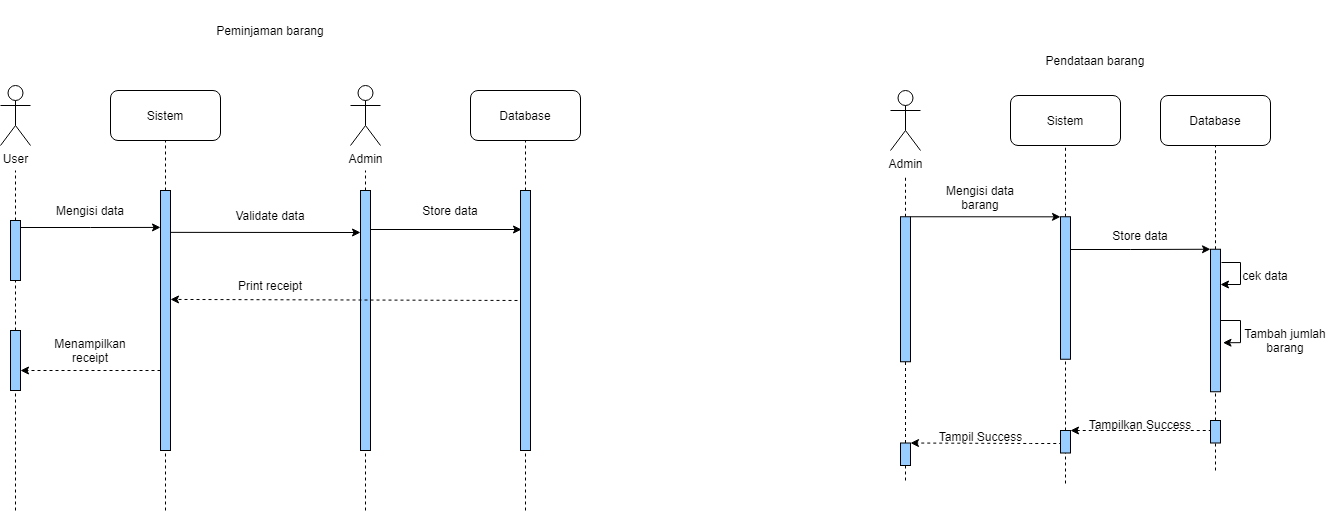
The draw.io diagram diagrams/Sequence Diagram.drawio.png in johannfac/aplikasipeminjamanaset, before a commit. Source tidied: cells renumbered, new cells last; positions are measured from the earlier drawing's top-left corner, leaving out a move shared by most shapes.
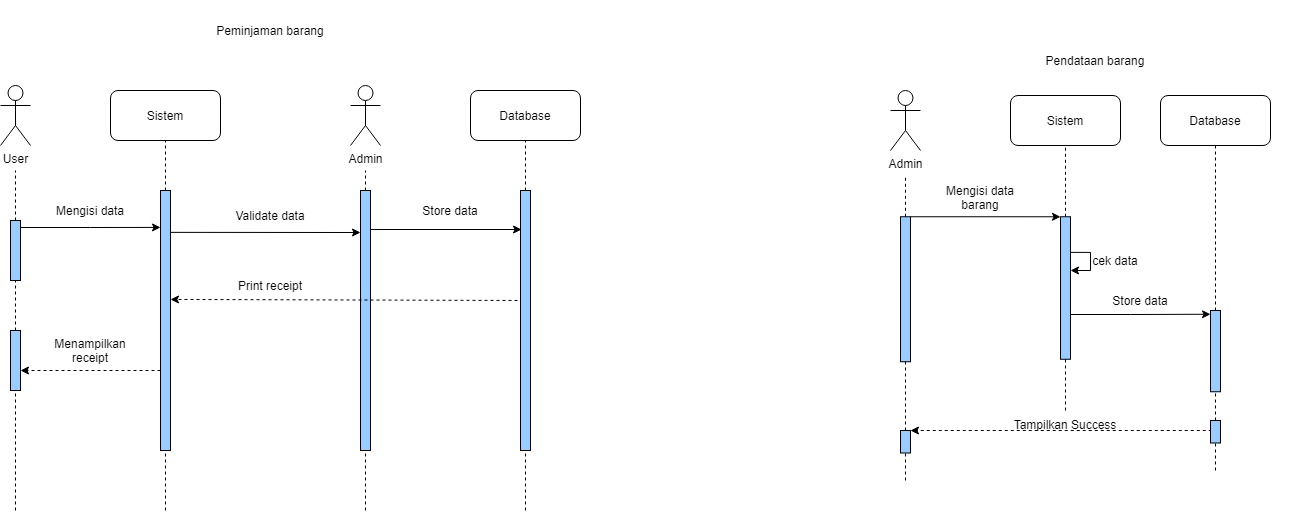
After the change.

The edit, as a diff of the source:
```diff
@@ -152,6 +152,14 @@
     <mxCell id="40" style="endArrow=none;dashed=1;html=1;rounded=0;" parent="1" edge="1" source="61" target="39">
       <mxGeometry relative="1" as="geometry" />
     </mxCell>
+    <mxCell id="66" style="edgeStyle=orthogonalEdgeStyle;rounded=0;orthogonalLoop=1;jettySize=auto;html=1;exitX=1;exitY=0.25;exitDx=0;exitDy=0;entryX=1;entryY=0.377;entryDx=0;entryDy=0;entryPerimeter=0;" parent="1" edge="1" source="41" target="41">
+      <mxGeometry relative="1" as="geometry">
+        <Array as="points">
+          <mxPoint x="1090" y="252" />
+          <mxPoint x="1090" y="270" />
+        </Array>
+      </mxGeometry>
+    </mxCell>
     <mxCell id="41" style="rounded=0;whiteSpace=wrap;html=1;fillColor=#99CCFF;" parent="1" vertex="1">
       <mxGeometry x="1060" y="216.2" width="10" height="142.5" as="geometry" />
     </mxCell>
@@ -161,57 +169,40 @@
     <mxCell id="43" style="edgeStyle=orthogonalEdgeStyle;rounded=0;orthogonalLoop=1;jettySize=auto;html=1;exitX=0.5;exitY=1;exitDx=0;exitDy=0;dashed=1;" parent="1" edge="1" source="42" target="42">
       <mxGeometry relative="1" as="geometry" />
     </mxCell>
-    <mxCell id="44" style="edgeStyle=orthogonalEdgeStyle;rounded=0;jettySize=auto;html=1;entryX=0;entryY=0;entryDx=0;entryDy=0;" parent="1" edge="1" target="48">
+    <mxCell id="44" style="edgeStyle=orthogonalEdgeStyle;rounded=0;orthogonalLoop=1;jettySize=auto;html=1;entryX=0;entryY=0;entryDx=0;entryDy=0;" parent="1" edge="1">
       <mxGeometry relative="1" as="geometry">
-        <mxPoint x="1070" y="249" as="sourcePoint" />
+        <mxPoint x="1070" y="314" as="sourcePoint" />
+        <mxPoint x="1210" y="313.8" as="targetPoint" />
         <Array as="points">
-          <mxPoint x="1130" y="249" />
-          <mxPoint x="1130" y="249" />
+          <mxPoint x="1130" y="314" />
+          <mxPoint x="1130" y="314" />
         </Array>
       </mxGeometry>
     </mxCell>
     <mxCell id="45" value="Store data" style="text;html=1;strokeColor=none;fillColor=none;align=center;verticalAlign=middle;whiteSpace=wrap;rounded=0;" parent="1" vertex="1">
-      <mxGeometry x="1090" y="225" width="100" height="20" as="geometry" />
+      <mxGeometry x="1090" y="290" width="100" height="20" as="geometry" />
     </mxCell>
     <mxCell id="46" style="edgeStyle=orthogonalEdgeStyle;rounded=0;orthogonalLoop=1;jettySize=auto;html=1;exitX=0.5;exitY=1;exitDx=0;exitDy=0;dashed=1;" parent="1" edge="1" source="45" target="45">
       <mxGeometry relative="1" as="geometry" />
     </mxCell>
-    <mxCell id="47" style="edgeStyle=orthogonalEdgeStyle;rounded=0;orthogonalLoop=1;jettySize=auto;html=1;exitX=1.103;exitY=0.093;exitDx=0;exitDy=0;entryX=1;entryY=0.25;entryDx=0;entryDy=0;exitPerimeter=0;" parent="1" edge="1" source="48" target="48">
-      <mxGeometry relative="1" as="geometry">
-        <Array as="points">
-          <mxPoint x="1240" y="262" />
-          <mxPoint x="1240" y="284" />
-          <mxPoint x="1220" y="284" />
-        </Array>
-      </mxGeometry>
-    </mxCell>
     <mxCell id="48" style="rounded=0;whiteSpace=wrap;html=1;fillColor=#99CCFF;" parent="1" vertex="1">
-      <mxGeometry x="1210" y="248.8" width="10" height="142.5" as="geometry" />
+      <mxGeometry x="1210" y="310" width="10" height="81.2" as="geometry" />
     </mxCell>
-    <mxCell id="49" value="cek data" style="text;html=1;strokeColor=none;fillColor=none;align=center;verticalAlign=middle;whiteSpace=wrap;rounded=0;" parent="1" vertex="1">
-      <mxGeometry x="1240" y="270" width="50" height="10" as="geometry" />
-    </mxCell>
-    <mxCell id="50" style="edgeStyle=orthogonalEdgeStyle;rounded=0;orthogonalLoop=1;jettySize=auto;html=1;entryX=1.25;entryY=0.656;entryDx=0;entryDy=0;exitX=1;exitY=0.5;exitDx=0;exitDy=0;entryPerimeter=0;" parent="1" edge="1" source="48" target="48">
-      <mxGeometry relative="1" as="geometry">
-        <Array as="points">
-          <mxPoint x="1240" y="320" />
-          <mxPoint x="1240" y="342" />
-        </Array>
-      </mxGeometry>
-    </mxCell>
-    <mxCell id="51" value="Tambah jumlah barang" style="text;html=1;strokeColor=none;fillColor=none;align=center;verticalAlign=middle;whiteSpace=wrap;rounded=0;" parent="1" vertex="1">
-      <mxGeometry x="1240" y="330" width="90" height="20" as="geometry" />
-    </mxCell>
-    <mxCell id="52" style="edgeStyle=orthogonalEdgeStyle;rounded=0;orthogonalLoop=1;jettySize=auto;html=1;exitX=0.5;exitY=1;exitDx=0;exitDy=0;dashed=1;" parent="1" edge="1" source="51" target="51">
-      <mxGeometry relative="1" as="geometry" />
+    <mxCell id="52" style="edgeStyle=orthogonalEdgeStyle;rounded=0;orthogonalLoop=1;jettySize=auto;html=1;exitX=0.5;exitY=1;exitDx=0;exitDy=0;dashed=1;" parent="1" edge="1">
+      <mxGeometry relative="1" as="geometry">
+        <mxPoint x="1285" y="350" as="sourcePoint" />
+        <mxPoint x="1285" y="350" as="targetPoint" />
+      </mxGeometry>
     </mxCell>
-    <mxCell id="53" style="endArrow=none;dashed=1;html=1;rounded=0;exitX=0.5;exitY=0;exitDx=0;exitDy=0;" parent="1" edge="1" source="57" target="41">
-      <mxGeometry relative="1" as="geometry" />
+    <mxCell id="53" style="endArrow=none;dashed=1;html=1;rounded=0;" parent="1" edge="1" target="41">
+      <mxGeometry relative="1" as="geometry">
+        <mxPoint x="1065" y="410" as="sourcePoint" />
+      </mxGeometry>
     </mxCell>
     <mxCell id="54" style="endArrow=none;dashed=1;html=1;rounded=0;exitX=0.5;exitY=0;exitDx=0;exitDy=0;" parent="1" edge="1" source="56" target="48">
       <mxGeometry relative="1" as="geometry" />
     </mxCell>
-    <mxCell id="55" style="edgeStyle=orthogonalEdgeStyle;rounded=0;jettySize=auto;html=1;entryX=1;entryY=0;entryDx=0;entryDy=0;dashed=1;exitX=0;exitY=0.5;exitDx=0;exitDy=0;" parent="1" edge="1" source="56" target="57">
+    <mxCell id="55" style="edgeStyle=orthogonalEdgeStyle;rounded=0;jettySize=auto;html=1;entryX=1;entryY=0;entryDx=0;entryDy=0;dashed=1;exitX=0;exitY=0.5;exitDx=0;exitDy=0;" parent="1" edge="1" source="56" target="61">
       <mxGeometry relative="1" as="geometry">
         <Array as="points">
           <mxPoint x="1210" y="430" />
@@ -221,9 +212,6 @@
     <mxCell id="56" style="rounded=0;whiteSpace=wrap;html=1;fillColor=#99CCFF;" parent="1" vertex="1">
       <mxGeometry x="1210" y="420" width="10" height="22.5" as="geometry" />
     </mxCell>
-    <mxCell id="57" style="rounded=0;whiteSpace=wrap;html=1;fillColor=#99CCFF;" parent="1" vertex="1">
-      <mxGeometry x="1060" y="430" width="10" height="22.5" as="geometry" />
-    </mxCell>
     <mxCell id="58" style="endArrow=none;dashed=1;html=1;rounded=0;startArrow=none;" parent="1" edge="1" source="61">
       <mxGeometry relative="1" as="geometry">
         <mxPoint x="905" y="450" as="targetPoint" />
@@ -234,35 +222,19 @@
         <mxPoint x="1215" y="470" as="sourcePoint" />
       </mxGeometry>
     </mxCell>
-    <mxCell id="60" style="edgeStyle=orthogonalEdgeStyle;rounded=0;jettySize=auto;html=1;dashed=1;exitX=0;exitY=0.5;exitDx=0;exitDy=0;entryX=1;entryY=0;entryDx=0;entryDy=0;" parent="1" edge="1" source="57" target="61">
-      <mxGeometry relative="1" as="geometry">
-        <Array as="points">
-          <mxPoint x="1060" y="443" />
-          <mxPoint x="1030" y="443" />
-        </Array>
-      </mxGeometry>
-    </mxCell>
     <mxCell id="61" style="rounded=0;whiteSpace=wrap;html=1;fillColor=#99CCFF;" parent="1" vertex="1">
-      <mxGeometry x="900" y="442.5" width="10" height="22.5" as="geometry" />
+      <mxGeometry x="900" y="430" width="10" height="22.5" as="geometry" />
     </mxCell>
-    <mxCell id="62" value="Tampil Success" style="text;html=1;strokeColor=none;fillColor=none;align=center;verticalAlign=middle;whiteSpace=wrap;rounded=0;" parent="1" vertex="1">
-      <mxGeometry x="932.5" y="430" width="95" height="12.5" as="geometry" />
-    </mxCell>
     <mxCell id="63" value="Tampilkan Success" style="text;html=1;strokeColor=none;fillColor=none;align=center;verticalAlign=middle;whiteSpace=wrap;rounded=0;" parent="1" vertex="1">
-      <mxGeometry x="1085" y="417.5" width="110" height="12.5" as="geometry" />
+      <mxGeometry x="1010" y="417.5" width="110" height="12.5" as="geometry" />
     </mxCell>
-    <mxCell id="64" style="endArrow=none;dashed=1;html=1;rounded=0;entryX=0.5;entryY=1;entryDx=0;entryDy=0;" parent="1" edge="1" target="57">
-      <mxGeometry relative="1" as="geometry">
-        <mxPoint x="1065" y="483" as="sourcePoint" />
-        <Array as="points">
-          <mxPoint x="1064.7" y="482.5" />
-        </Array>
-      </mxGeometry>
-    </mxCell>
     <mxCell id="65" style="endArrow=none;dashed=1;html=1;rounded=0;entryX=0.5;entryY=1;entryDx=0;entryDy=0;" parent="1" edge="1" target="61">
       <mxGeometry relative="1" as="geometry">
         <mxPoint x="905" y="480" as="sourcePoint" />
       </mxGeometry>
     </mxCell>
+    <mxCell id="49" value="cek data" style="text;html=1;strokeColor=none;fillColor=none;align=center;verticalAlign=middle;whiteSpace=wrap;rounded=0;" parent="1" vertex="1">
+      <mxGeometry x="1090" y="250" width="50" height="20" as="geometry" />
+    </mxCell>
   </root>
 </mxGraphModel>
```
